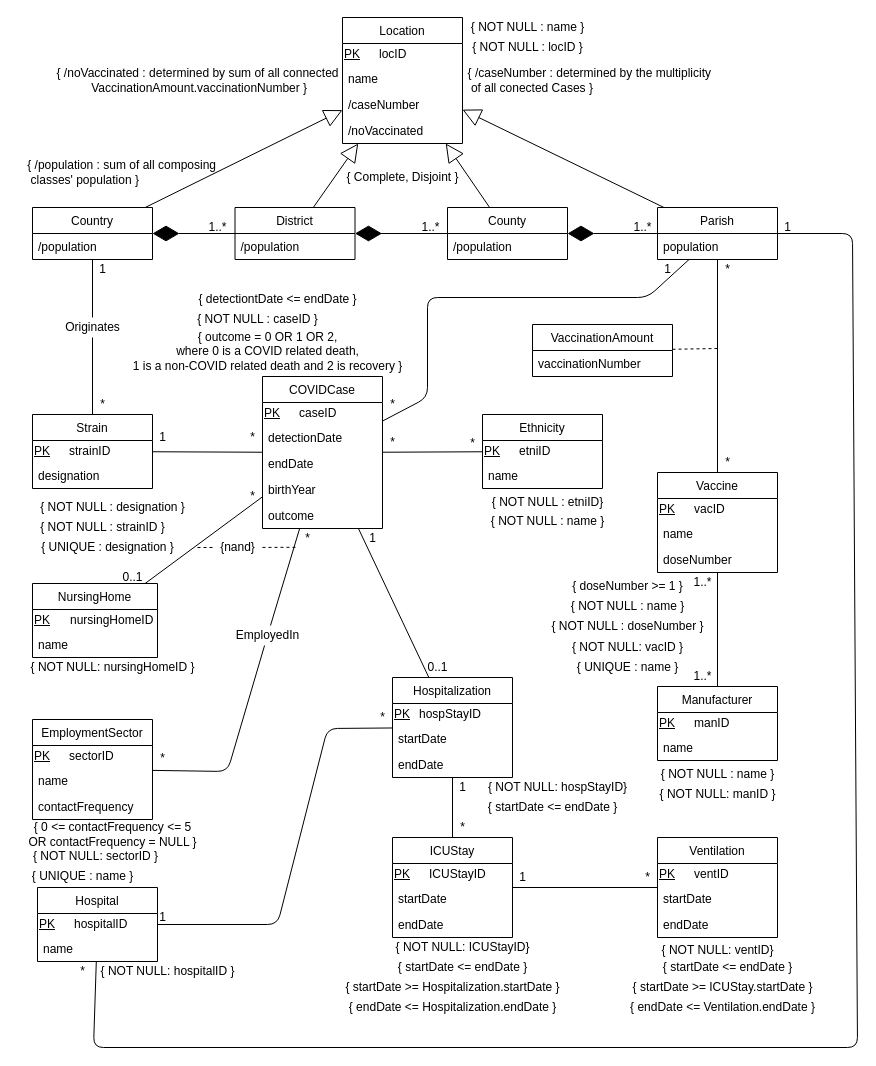
Before: proj.drawio in DreFlo/bdad-proj, a draw.io diagram. Source tidied: cells renumbered, new cells numbered last; positions are measured from the earlier drawing's top-left corner, leaving out a move shared by most shapes. Both pictures are drawn from the tidied source at 100%, with x=0, y=0 at pixel (17, 17).
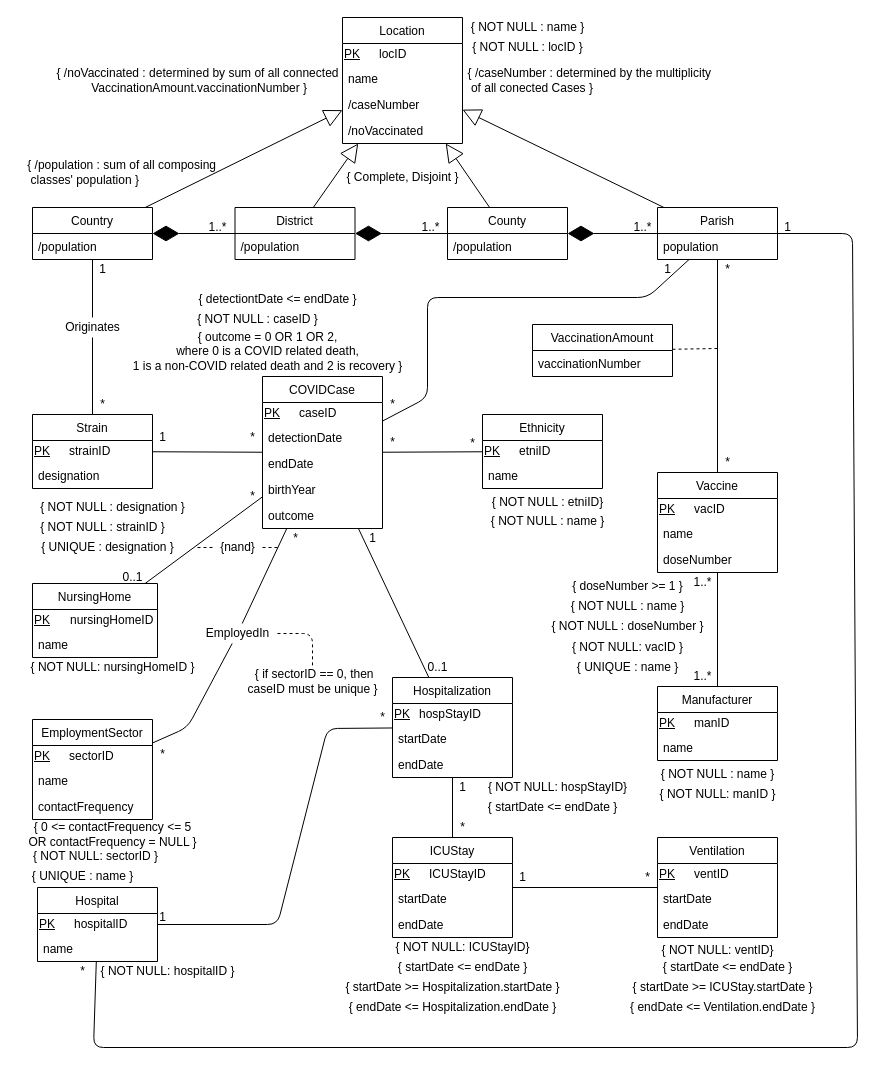
After the change.

Unchanged cells that the change refers to:
```xml
<mxCell id="33" value="EmploymentSector" style="swimlane;fontStyle=0;horizontal=1;startSize=26;fillColor=none;" parent="1" vertex="1">
  <mxGeometry x="15" y="702" width="120" height="100" as="geometry" />
</mxCell>
<mxCell id="174" value="{nand}" style="text;html=1;align=center;verticalAlign=middle;points=[];" parent="1" vertex="1">
  <mxGeometry x="195" y="520" width="50" height="20" as="geometry" />
</mxCell>
```

What changed in the source:
```diff
@@
     <mxCell id="66" value="*" style="text;html=1;align=center;verticalAlign=middle;" parent="1" vertex="1">
-      <mxGeometry x="135" y="731" width="20" height="20" as="geometry" />
+      <mxGeometry x="135" y="727" width="20" height="20" as="geometry" />
     </mxCell>
@@
     <mxCell id="86" value="*" style="text;html=1;align=center;verticalAlign=middle;" parent="1" vertex="1">
-      <mxGeometry x="280" y="511" width="20" height="20" as="geometry" />
+      <mxGeometry x="267.5" y="511" width="20" height="20" as="geometry" />
     </mxCell>
@@
     <mxCell id="164" value="EmployedIn" style="text;html=1;align=center;verticalAlign=middle;points=[];" parent="1" vertex="1">
-      <mxGeometry x="210" y="608" width="80" height="20" as="geometry" />
+      <mxGeometry x="180" y="606" width="80" height="20" as="geometry" />
     </mxCell>
     <mxCell id="165" style="endArrow=none;html=1;" parent="1" edge="1" source="33" target="164">
       <mxGeometry relative="1" as="geometry">
         <Array as="points">
-          <mxPoint x="210" y="754" />
+          <mxPoint x="170" y="710" />
         </Array>
       </mxGeometry>
     </mxCell>
@@
     <mxCell id="173" style="endArrow=none;dashed=1;html=1;" parent="1" edge="1" source="174">
       <mxGeometry relative="1" as="geometry">
-        <mxPoint x="280" y="529.8" as="targetPoint" />
+        <mxPoint x="260" y="530" as="targetPoint" />
       </mxGeometry>
     </mxCell>
@@
+    <mxCell id="187" style="endArrow=none;dashed=1;html=1;" parent="1" edge="1" source="164">
+      <mxGeometry relative="1" as="geometry">
+        <mxPoint x="260" y="620" as="targetPoint" />
+        <Array as="points">
+          <mxPoint x="260" y="620" />
+        </Array>
+      </mxGeometry>
+    </mxCell>
+    <mxCell id="188" value="&amp;nbsp;{ if sectorID == 0, then&lt;br&gt;caseID must be unique }" style="text;html=1;align=center;verticalAlign=middle;points=[];" parent="1" vertex="1">
+      <mxGeometry x="220" y="649" width="150" height="30" as="geometry" />
+    </mxCell>
+    <mxCell id="189" style="endArrow=none;dashed=1;html=1;" parent="1" edge="1" source="164" target="188">
+      <mxGeometry relative="1" as="geometry">
+        <Array as="points">
+          <mxPoint x="295" y="616" />
+        </Array>
+      </mxGeometry>
+    </mxCell>
```
